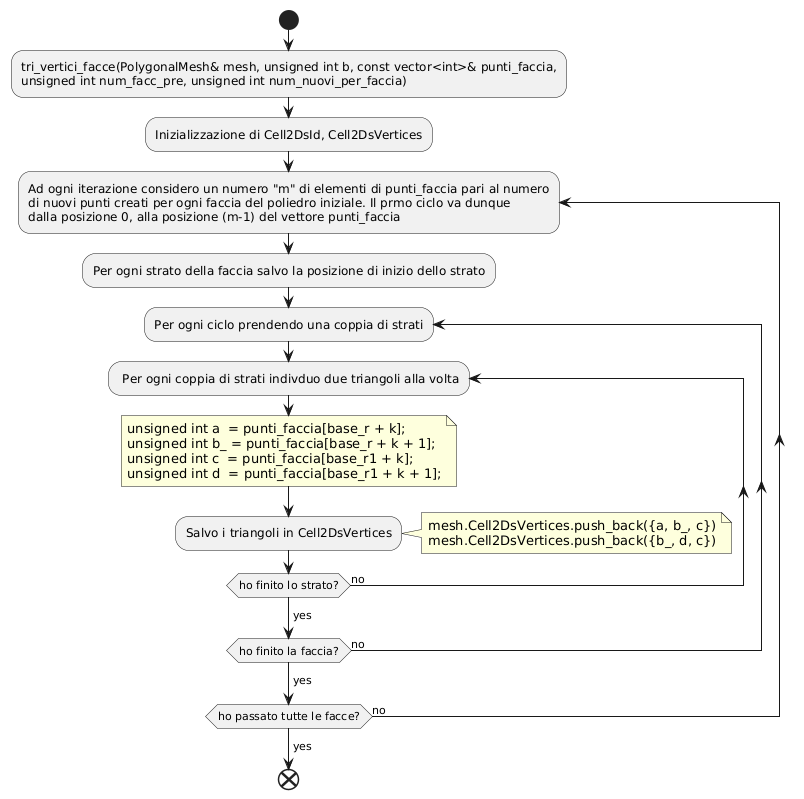
This is Documentazione UML/File png/tri_vertici_facce.png from ElenaFaraci/PCS_project_2025, a PlantUML export, as it was before one commit.
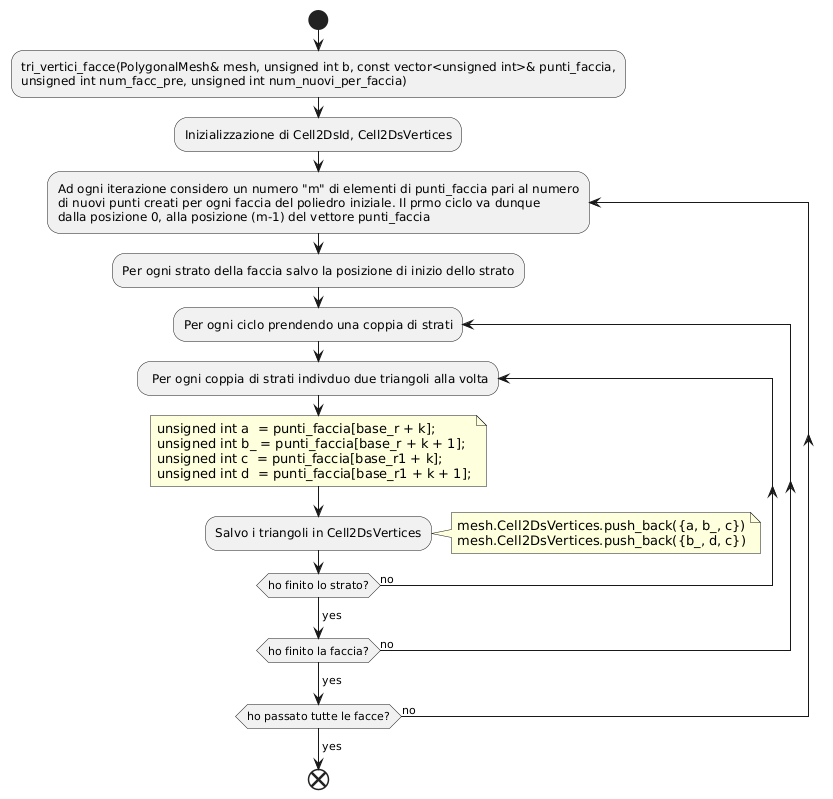
Above is the later version.

What changed in the source:
```diff
@@ -1,6 +1,6 @@
 @startuml
 start
-:tri_vertici_facce(PolygonalMesh& mesh, unsigned int b, const vector<int>& punti_faccia,\nunsigned int num_facc_pre, unsigned int num_nuovi_per_faccia);
+:tri_vertici_facce(PolygonalMesh& mesh, unsigned int b, const vector<unsigned int>& punti_faccia,\nunsigned int num_facc_pre, unsigned int num_nuovi_per_faccia);
 :Inizializzazione di Cell2DsId, Cell2DsVertices;
   repeat :Ad ogni iterazione considero un numero "m" di elementi di punti_faccia pari al numero\ndi nuovi punti creati per ogni faccia del poliedro iniziale. Il prmo ciclo va dunque\ndalla posizione 0, alla posizione (m-1) del vettore punti_faccia;
 :Per ogni strato della faccia salvo la posizione di inizio dello strato;
```
